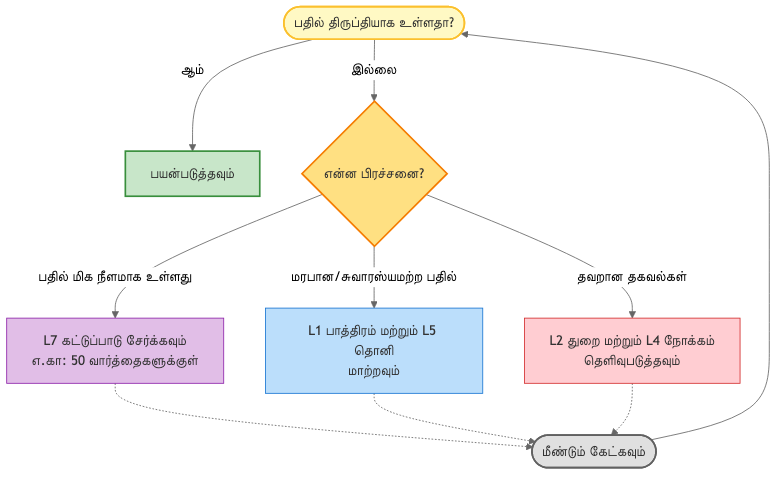
Before: book/images/diagrams/prompt-optimization-flow.png, a diagram exported from Mermaid (kpassoubady/tamil-prompt-standard). Its source is kept beside it as book/images/diagrams/prompt-optimization-flow.mmd.
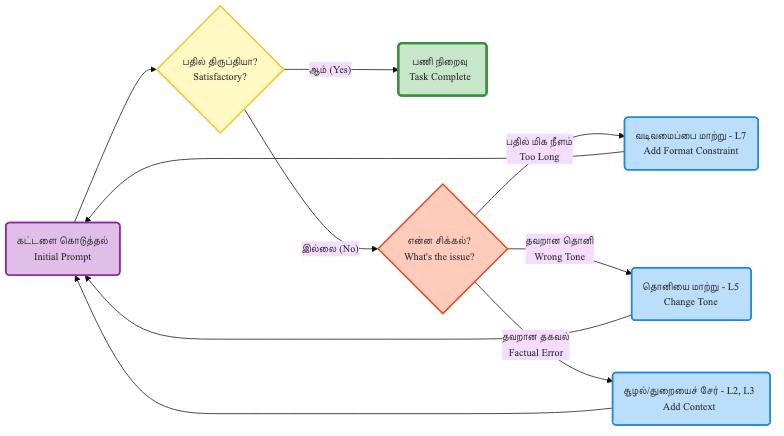
Above is the later version.

What changed in the source:
```diff
@@ -1,20 +1,21 @@
-graph TD
-    A([பதில் திருப்தியாக உள்ளதா?]) -->|ஆம்| B[பயன்படுத்தவும்]
-    A -->|இல்லை| C{என்ன பிரச்சனை?}
+%%{init: {'theme': 'base', 'themeVariables': { 'fontSize': '14px', 'fontFamily': 'Arial, Helvetica, sans-serif', 'fontWeight': '600'}}}%%
+graph LR
+    Start(கட்டளை கொடுத்தல்<br/>Initial Prompt) --> Q1{பதில் திருப்தியா?<br/>Satisfactory?}
+    Q1 -- ஆம் (Yes) --> Done(பணி நிறைவு<br/>Task Complete)
+    Q1 -- இல்லை (No) --> Q2{என்ன சிக்கல்?<br/>What's the issue?}
 
-    C -->|பதில் மிக நீளமாக உள்ளது| D[L7 கட்டுப்பாடு சேர்க்கவும்<br/>எ.கா: 50 வார்த்தைகளுக்குள்]
-    C -->|மரபான/சுவாரஸ்யமற்ற பதில்| E[L1 பாத்திரம் மற்றும் L5 தொனி<br/>மாற்றவும்]
-    C -->|தவறான தகவல்கள்| F[L2 துறை மற்றும் L4 நோக்கம்<br/>தெளிவுபடுத்தவும்]
+    Q2 -- பதில் மிக நீளம்<br/>Too Long --> Fix1(வடிவமைப்பை மாற்று - L7<br/>Add Format Constraint)
+    Q2 -- தவறான தொனி<br/>Wrong Tone --> Fix2(தொனியை மாற்று - L5<br/>Change Tone)
+    Q2 -- தவறான தகவல்<br/>Factual Error --> Fix3(சூழல்/துறையைச் சேர் - L2, L3<br/>Add Context)
 
-    D -.-> G([மீண்டும் கேட்கவும்])
-    E -.-> G
-    F -.-> G
-    G --> A
+    Fix1 --> Start
+    Fix2 --> Start
+    Fix3 --> Start
 
-    style A fill:#FFF9C4,stroke:#fbc02d,stroke-width:2px,color:#333
-    style B fill:#C8E6C9,stroke:#388e3c,stroke-width:2px,color:#333
-    style C fill:#FFE082,stroke:#f57c00,stroke-width:2px,color:#333
-    style D fill:#E1BEE7,stroke:#8e24aa,stroke-width:1px,color:#333
-    style E fill:#BBDEFB,stroke:#1976d2,stroke-width:1px,color:#333
-    style F fill:#FFCDD2,stroke:#d32f2f,stroke-width:1px,color:#333
-    style G fill:#E0E0E0,stroke:#616161,stroke-width:2px,color:#333
+    style Start fill:#E1BEE7,stroke:#8E24AA,stroke-width:2px,color:#333
+    style Q1 fill:#FFF9C4,stroke:#FBC02D,stroke-width:2px,color:#333
+    style Done fill:#C8E6C9,stroke:#388E3C,stroke-width:3px,color:#333
+    style Q2 fill:#FFCCBC,stroke:#E64A19,stroke-width:2px,color:#333
+    style Fix1 fill:#BBDEFB,stroke:#1E88E5,stroke-width:2px,color:#333
+    style Fix2 fill:#BBDEFB,stroke:#1E88E5,stroke-width:2px,color:#333
+    style Fix3 fill:#BBDEFB,stroke:#1E88E5,stroke-width:2px,color:#333
```
